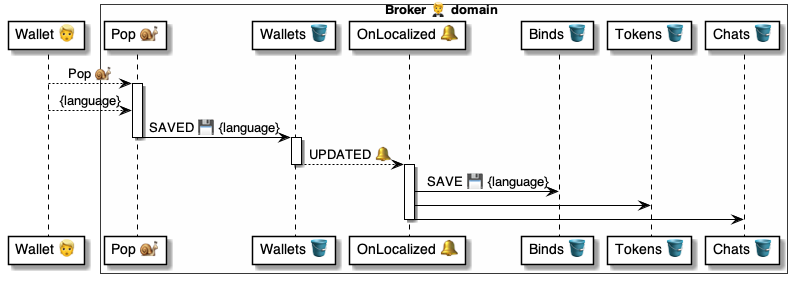
Before: 4 ⚙️ Solution/20 🧑‍🦰 UI/Brokers 🤵/🤵🪣 Broker tables/Wallets 🧑‍🦰 table/🪣🔔 2 Localized/🤵 OnWalletLocalized ⚙️ uml.png, a diagram exported from PlantUML (pollyweb-org/pollyweb-docs). Its source is kept beside it as 4 ⚙️ Solution/20 🧑‍🦰 UI/Brokers 🤵/🤵🪣 Broker tables/Wallets 🧑‍🦰 table/🪣🔔 2 Localized/🤵 OnWalletLocalized ⚙️ uml.puml.
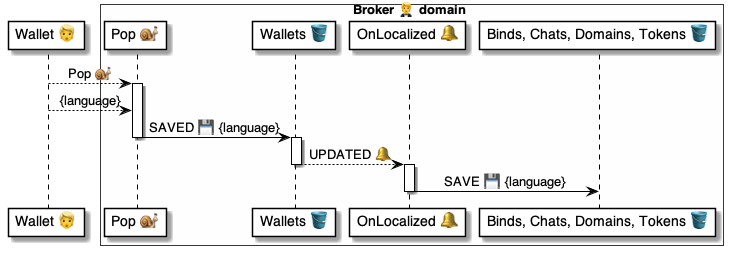
After the change.

Diff of the diagram source:
```diff
@@ -6,9 +6,7 @@
     participant "Pop 🐌" as handler
     participant "Wallets 🪣" as wallets
     participant "OnLocalized 🔔" as script
-    participant "Binds 🪣" as binds
-    participant "Tokens 🪣" as tokens
-    participant "Chats 🪣" as chats
+    participant "Binds, Chats, Domains, Tokens 🪣" as tables
 end box
 
 
@@ -23,9 +21,7 @@
 deactivate wallets
 
 activate script
-    script -> binds: SAVE 💾 {language}
-    script -> tokens:
-    script -> chats:
+    script -> tables: SAVE 💾 {language}
 deactivate script
 
 
```
